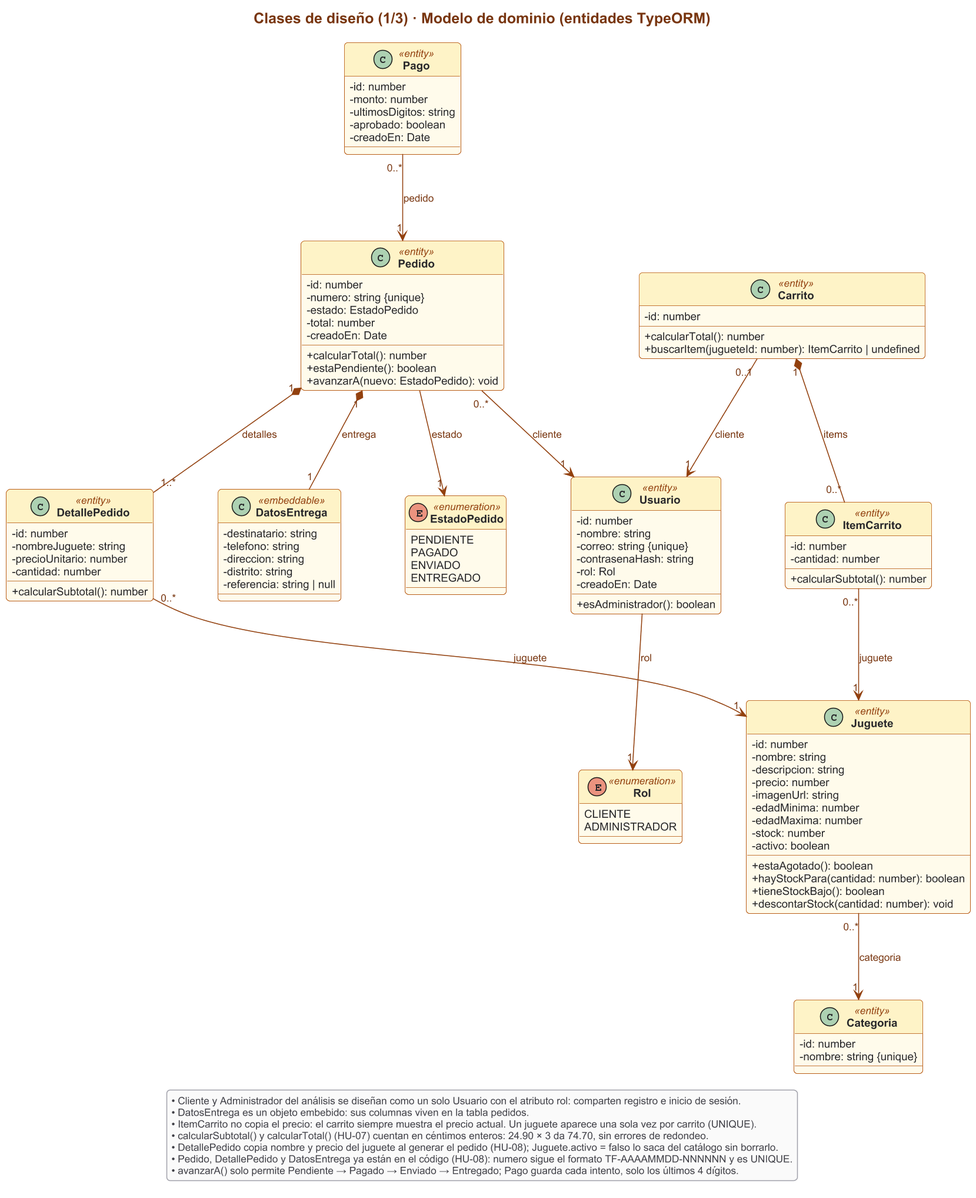
joseriverago/el-trompo-feliz keeps this PlantUML diagram as docs/uml/png/04a-clases-diseno-dominio.png. Above is the earlier version.
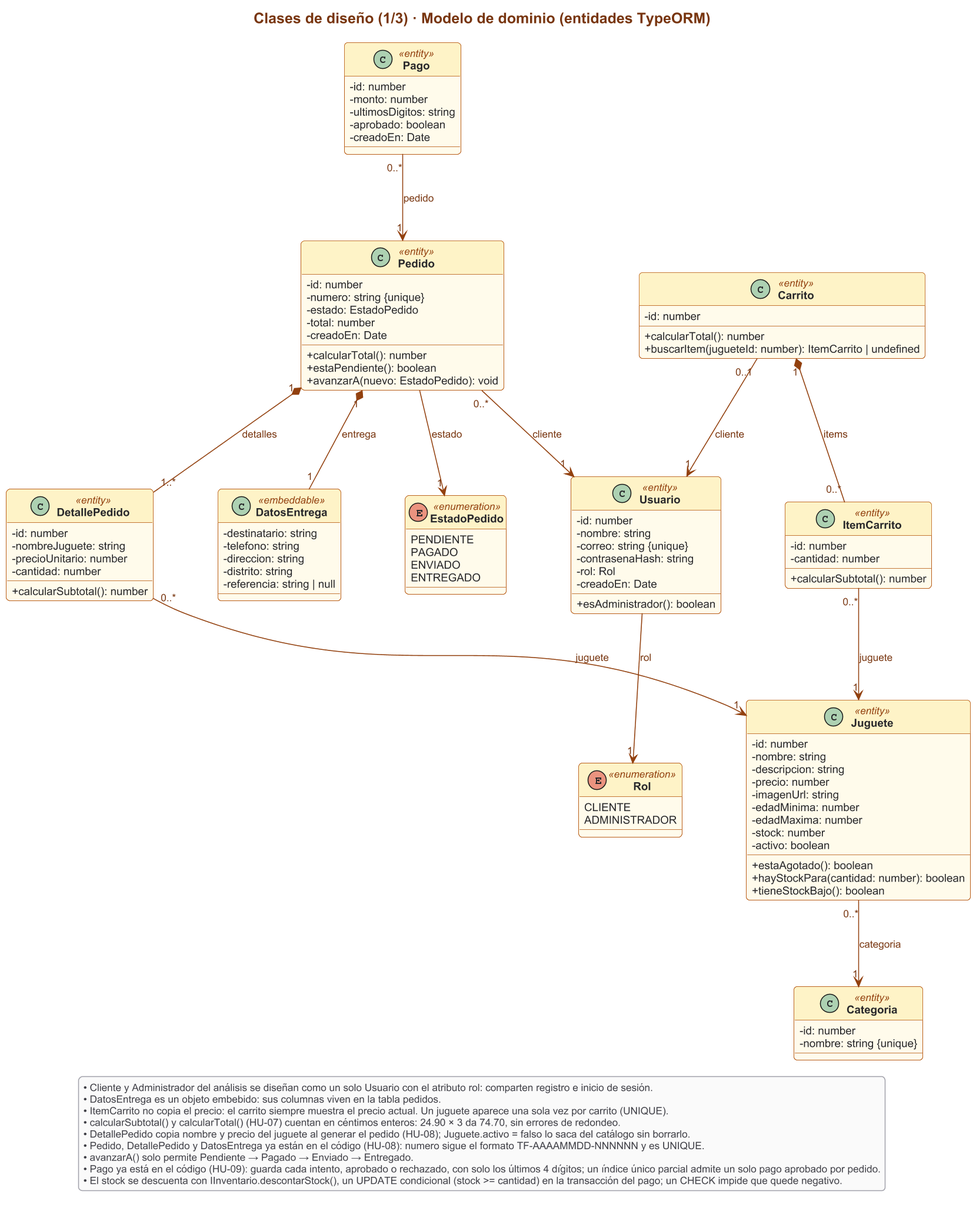
Later version of the same file.

Commit message:
docs(uml): secuencia del pago simulado (06c) y notas de HU-09

Change to the diagram source:
```diff
@@ -43,7 +43,6 @@
   + estaAgotado(): boolean
   + hayStockPara(cantidad: number): boolean
   + tieneStockBajo(): boolean
-  + descontarStock(cantidad: number): void
 }
 class Carrito <<entity>> {
   - id: number
@@ -106,6 +105,8 @@
   • calcularSubtotal() y calcularTotal() (HU-07) cuentan en céntimos enteros: 24.90 × 3 da 74.70, sin errores de redondeo.
   • DetallePedido copia nombre y precio del juguete al generar el pedido (HU-08); Juguete.activo = falso lo saca del catálogo sin borrarlo.
   • Pedido, DetallePedido y DatosEntrega ya están en el código (HU-08): numero sigue el formato TF-AAAAMMDD-NNNNNN y es UNIQUE.
-  • avanzarA() solo permite Pendiente → Pagado → Enviado → Entregado; Pago guarda cada intento, solo los últimos 4 dígitos.
+  • avanzarA() solo permite Pendiente → Pagado → Enviado → Entregado.
+  • Pago ya está en el código (HU-09): guarda cada intento, aprobado o rechazado, con solo los últimos 4 dígitos; un índice único parcial admite un solo pago aprobado por pedido.
+  • El stock se descuenta con IInventario.descontarStock(), un UPDATE condicional (stock >= cantidad) en la transacción del pago; un CHECK impide que quede negativo.
 endlegend
 @enduml
```
